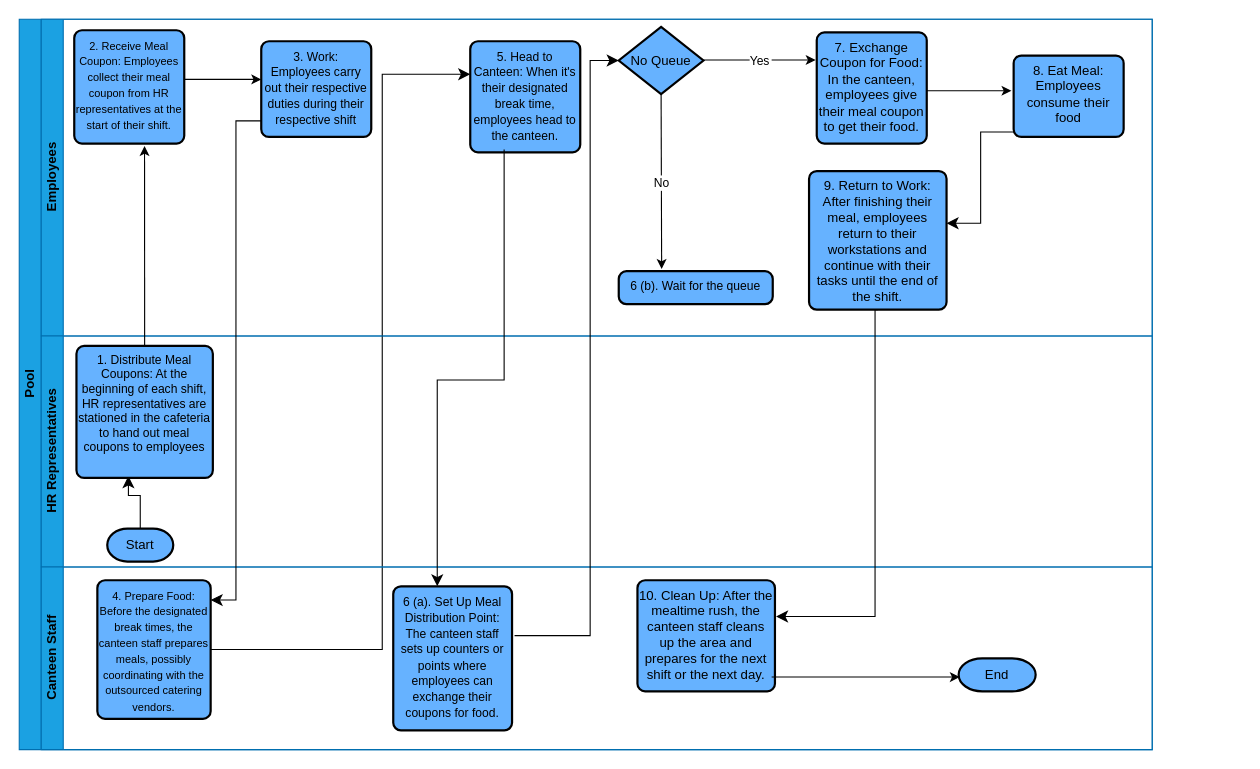
Before: page "pre_event" (2 of 5) of Untitled Diagram.drawio in dboesono/Personal-Website, a draw.io diagram. Source tidied: cells renumbered, new cells numbered last; positions are measured from the earlier drawing's top-left corner, leaving out a move shared by most shapes. Both pictures are drawn from the tidied source at 110%, with x=0, y=0 at pixel (19, 19).
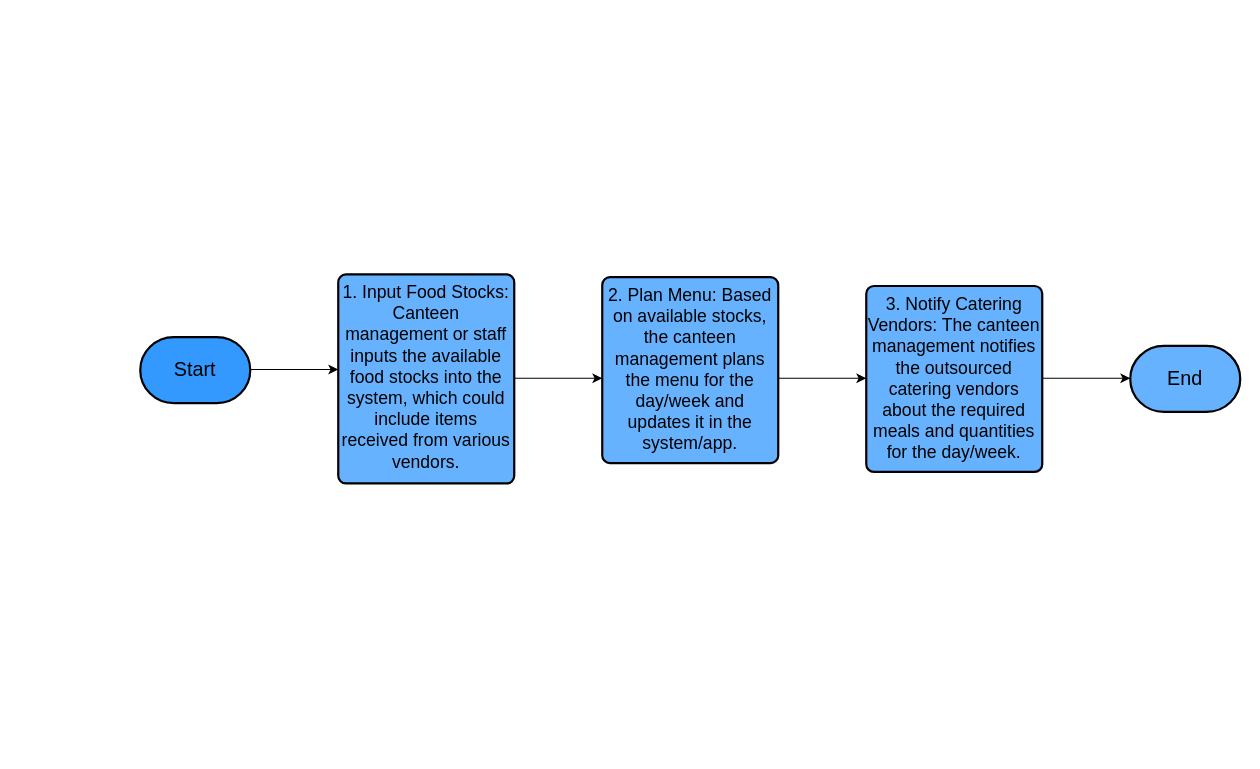
Above is the later version.

Diff of the diagram source:
```diff
@@
-    <mxCell id="2" value="&lt;font color=&quot;#000000&quot;&gt;Pool&lt;br&gt;&lt;/font&gt;" style="swimlane;html=1;horizontal=0;startSize=20;fillColor=#1ba1e2;fontColor=#ffffff;strokeColor=#006EAF;" parent="1" vertex="1">
-      <mxGeometry width="1030" height="664" as="geometry" />
-    </mxCell>
-    <mxCell id="3" value="&lt;font color=&quot;#000000&quot;&gt;&lt;span style=&quot;font-size: 12px;&quot;&gt;Employees&lt;br&gt;&lt;/span&gt;&lt;/font&gt;" style="swimlane;html=1;startSize=20;horizontal=0;fillColor=#1ba1e2;strokeColor=#006EAF;fontColor=#ffffff;fontSize=8;fillStyle=auto;" parent="2" vertex="1">
-      <mxGeometry x="20" width="1010" height="288" as="geometry" />
-    </mxCell>
-    <mxCell id="4" value="&lt;font style=&quot;font-size: 10px;&quot;&gt;2.&amp;nbsp;Receive Meal Coupon: Employees collect their meal coupon from HR representatives at the start of their shift.&lt;/font&gt;" style="rounded=1;whiteSpace=wrap;html=1;absoluteArcSize=1;arcSize=14;strokeWidth=2;align=center;verticalAlign=top;fillColor=#66B2FF;" parent="3" vertex="1">
-      <mxGeometry x="30" y="10" width="100" height="103" as="geometry" />
-    </mxCell>
-    <mxCell id="5" style="endArrow=classic;html=1;rounded=0;strokeColor=#000000;" parent="3" edge="1">
-      <mxGeometry relative="1" as="geometry">
-        <mxPoint x="130" y="54.7" as="sourcePoint" />
-        <mxPoint x="200" y="54.7" as="targetPoint" />
-      </mxGeometry>
-    </mxCell>
-    <mxCell id="6" value="&lt;font style=&quot;font-size: 11px;&quot;&gt;3. Work: Employees carry out their respective duties during their respective shift&lt;/font&gt;" style="rounded=1;whiteSpace=wrap;html=1;absoluteArcSize=1;arcSize=14;strokeWidth=2;align=center;verticalAlign=top;fillColor=#66B2FF;" parent="3" vertex="1">
-      <mxGeometry x="200" y="20" width="100" height="87" as="geometry" />
-    </mxCell>
-    <mxCell id="7" style="edgeStyle=elbowEdgeStyle;elbow=horizontal;endArrow=classic;html=1;curved=0;rounded=0;endSize=8;startSize=8;strokeColor=#000000;" parent="3" edge="1" source="26">
-      <mxGeometry relative="1" as="geometry">
-        <mxPoint x="390" y="50" as="targetPoint" />
-        <Array as="points">
-          <mxPoint x="310" y="230" />
-        </Array>
-      </mxGeometry>
-    </mxCell>
-    <mxCell id="8" value="&lt;font style=&quot;font-size: 11px;&quot;&gt;5.&amp;nbsp;Head to Canteen: When it's their designated break time, employees head to the canteen.&lt;/font&gt;" style="rounded=1;whiteSpace=wrap;html=1;absoluteArcSize=1;arcSize=14;strokeWidth=2;align=center;verticalAlign=top;fillColor=#66B2FF;" parent="3" vertex="1">
-      <mxGeometry x="390" y="20" width="100" height="101" as="geometry" />
-    </mxCell>
-    <mxCell id="9" value="No Queue" style="strokeWidth=2;html=1;shape=mxgraph.flowchart.decision;whiteSpace=wrap;fillColor=#66B2FF;" parent="3" vertex="1">
-      <mxGeometry x="525" y="7" width="77" height="61" as="geometry" />
-    </mxCell>
-    <mxCell id="10" value="&lt;font style=&quot;font-size: 11px;&quot;&gt;6 (b). Wait for the queue&lt;/font&gt;" style="rounded=1;whiteSpace=wrap;html=1;absoluteArcSize=1;arcSize=14;strokeWidth=2;align=center;verticalAlign=top;fillColor=#66B2FF;" parent="3" vertex="1">
-      <mxGeometry x="525" y="229" width="140" height="30" as="geometry" />
-    </mxCell>
-    <mxCell id="11" style="endArrow=classic;html=1;rounded=0;strokeColor=#000000;exitX=0.5;exitY=1;exitDx=0;exitDy=0;exitPerimeter=0;" parent="3" edge="1">
-      <mxGeometry relative="1" as="geometry">
-        <mxPoint x="602" y="37.1" as="sourcePoint" />
-        <mxPoint x="704" y="37" as="targetPoint" />
-      </mxGeometry>
-    </mxCell>
-    <mxCell id="12" value="Yes" style="edgeLabel;align=center;verticalAlign=middle;labelBorderColor=none;labelBackgroundColor=#FFFFFF;fontColor=#000000;" parent="11" vertex="1">
-      <mxGeometry relative="1" as="geometry" />
-    </mxCell>
-    <mxCell id="13" value="7.&amp;nbsp;Exchange Coupon for Food: In the canteen, employees give their meal coupon to get their food." style="rounded=1;whiteSpace=wrap;html=1;absoluteArcSize=1;arcSize=14;strokeWidth=2;align=center;verticalAlign=top;fillColor=#66B2FF;" parent="3" vertex="1">
-      <mxGeometry x="705" y="12" width="100" height="101" as="geometry" />
-    </mxCell>
-    <mxCell id="14" style="endArrow=classic;html=1;rounded=0;strokeColor=#000000;" parent="3" edge="1">
-      <mxGeometry relative="1" as="geometry">
-        <mxPoint x="805" y="65" as="sourcePoint" />
-        <mxPoint x="882" y="65" as="targetPoint" />
-      </mxGeometry>
-    </mxCell>
-    <mxCell id="15" value="8. Eat Meal:&lt;br&gt;Employees consume their food" style="rounded=1;whiteSpace=wrap;html=1;absoluteArcSize=1;arcSize=14;strokeWidth=2;align=center;verticalAlign=top;fillColor=#66B2FF;" parent="3" vertex="1">
-      <mxGeometry x="884" y="33" width="100" height="74" as="geometry" />
-    </mxCell>
-    <mxCell id="16" style="edgeStyle=elbowEdgeStyle;elbow=horizontal;endArrow=classic;html=1;curved=0;rounded=0;endSize=8;startSize=8;strokeColor=#000000;" parent="3" edge="1">
-      <mxGeometry relative="1" as="geometry">
-        <mxPoint x="884" y="102.5" as="sourcePoint" />
-        <mxPoint x="823" y="185.5" as="targetPoint" />
-      </mxGeometry>
-    </mxCell>
-    <mxCell id="17" value="9.&amp;nbsp;Return to Work: After finishing their meal, employees return to their workstations and continue with their tasks until the end of the shift." style="rounded=1;whiteSpace=wrap;html=1;absoluteArcSize=1;arcSize=14;strokeWidth=2;align=center;verticalAlign=top;fillColor=#66B2FF;" parent="3" vertex="1">
-      <mxGeometry x="698" y="138" width="125" height="126" as="geometry" />
-    </mxCell>
-    <mxCell id="18" value="&lt;font color=&quot;#000000&quot;&gt;HR Representatives&lt;/font&gt;" style="swimlane;html=1;startSize=20;horizontal=0;fontSize=12;fillColor=#1ba1e2;fontColor=#ffffff;strokeColor=#006EAF;" parent="2" vertex="1">
-      <mxGeometry x="20" y="288" width="1010" height="210" as="geometry" />
-    </mxCell>
-    <mxCell id="19" value="Start" style="strokeWidth=2;html=1;shape=mxgraph.flowchart.terminator;whiteSpace=wrap;fillStyle=solid;fillColor=#66B2FF;" parent="18" vertex="1">
-      <mxGeometry x="60" y="175" width="60" height="30" as="geometry" />
+    <mxCell id="19" value="&lt;font style=&quot;font-size: 18px;&quot;&gt;Start&lt;/font&gt;" style="strokeWidth=2;html=1;shape=mxgraph.flowchart.terminator;whiteSpace=wrap;fillColor=#3399FF;" parent="1" vertex="1">
+      <mxGeometry x="110" y="289" width="100" height="60" as="geometry" />
     </mxCell>
-    <mxCell id="20" style="edgeStyle=elbowEdgeStyle;elbow=vertical;endArrow=classic;html=1;curved=0;rounded=0;endSize=8;startSize=8;strokeColor=#000000;entryX=0.381;entryY=0.986;entryDx=0;entryDy=0;entryPerimeter=0;exitX=0.5;exitY=0;exitDx=0;exitDy=0;exitPerimeter=0;" parent="18" edge="1" source="19" target="21">
-      <mxGeometry relative="1" as="geometry">
-        <Array as="points">
-          <mxPoint x="70" y="145" />
-        </Array>
-      </mxGeometry>
-    </mxCell>
-    <mxCell id="21" value="&lt;font style=&quot;font-size: 11px;&quot;&gt;1. Distribute Meal Coupons: At the beginning of each shift, HR representatives are stationed in the cafeteria to hand out meal coupons to employees&lt;/font&gt;" style="rounded=1;whiteSpace=wrap;html=1;absoluteArcSize=1;arcSize=14;strokeWidth=2;align=center;horizontal=1;verticalAlign=top;fontSize=8;fillColor=#66B2FF;" parent="18" vertex="1">
-      <mxGeometry x="32" y="9" width="124" height="120" as="geometry" />
-    </mxCell>
-    <mxCell id="22" style="endArrow=classic;html=1;rounded=0;strokeColor=#000000;exitX=0.5;exitY=1;exitDx=0;exitDy=0;exitPerimeter=0;" parent="18" edge="1" source="9">
-      <mxGeometry relative="1" as="geometry">
-        <mxPoint x="564" y="-61" as="targetPoint" />
-      </mxGeometry>
-    </mxCell>
-    <mxCell id="23" value="No" style="edgeLabel;align=center;verticalAlign=middle;labelBorderColor=none;labelBackgroundColor=#FFFFFF;fontColor=#000000;" parent="22" vertex="1">
-      <mxGeometry relative="1" as="geometry" />
-    </mxCell>
-    <mxCell id="24" value="&lt;font color=&quot;#000000&quot;&gt;Canteen Staff&lt;/font&gt;" style="swimlane;html=1;startSize=20;horizontal=0;fillColor=#1ba1e2;fontColor=#ffffff;strokeColor=#006EAF;" parent="2" vertex="1">
-      <mxGeometry x="20" y="498" width="1010" height="166" as="geometry" />
-    </mxCell>
+    <mxCell id="35" value="&lt;font style=&quot;font-size: 16px;&quot;&gt;1.&amp;nbsp;Input Food Stocks: Canteen management or staff inputs the available food stocks into the system, which could include items received from various vendors.&lt;/font&gt;" style="rounded=1;whiteSpace=wrap;html=1;absoluteArcSize=1;arcSize=14;strokeWidth=2;align=center;verticalAlign=top;fillColor=#66B2FF;" parent="1" vertex="1">
+      <mxGeometry x="290" y="232" width="160" height="190" as="geometry" />
+    </mxCell>
+    <mxCell id="36" style="endArrow=classic;html=1;rounded=0;" parent="1" edge="1">
+      <mxGeometry relative="1" as="geometry">
+        <mxPoint x="210" y="318.4" as="sourcePoint" />
+        <mxPoint x="290" y="318.4" as="targetPoint" />
+      </mxGeometry>
+    </mxCell>
+    <mxCell id="37" style="endArrow=classic;html=1;rounded=0;" parent="1" edge="1">
+      <mxGeometry relative="1" as="geometry">
+        <mxPoint x="450" y="326.4" as="sourcePoint" />
+        <mxPoint x="530" y="326.4" as="targetPoint" />
+      </mxGeometry>
+    </mxCell>
+    <mxCell id="38" value="&lt;font style=&quot;font-size: 16px;&quot;&gt;2.&amp;nbsp;Plan Menu: Based on available stocks, the canteen management plans the menu for the day/week and updates it in the system/app.&lt;/font&gt;" style="rounded=1;whiteSpace=wrap;html=1;absoluteArcSize=1;arcSize=14;strokeWidth=2;align=center;verticalAlign=top;fillColor=#66B2FF;" parent="1" vertex="1">
+      <mxGeometry x="530" y="234.5" width="160" height="169" as="geometry" />
+    </mxCell>
+    <mxCell id="39" value="&lt;font style=&quot;font-size: 16px;&quot;&gt;3.&amp;nbsp;Notify Catering Vendors: The canteen management notifies the outsourced catering vendors about the required meals and quantities for the day/week.&lt;/font&gt;" style="rounded=1;whiteSpace=wrap;html=1;absoluteArcSize=1;arcSize=14;strokeWidth=2;align=center;verticalAlign=top;fillColor=#66B2FF;" parent="1" vertex="1">
+      <mxGeometry x="770" y="242.5" width="160" height="169" as="geometry" />
+    </mxCell>
+    <mxCell id="40" style="endArrow=classic;html=1;rounded=0;" parent="1" edge="1">
+      <mxGeometry relative="1" as="geometry">
+        <mxPoint x="690" y="326.4" as="sourcePoint" />
+        <mxPoint x="770" y="326.4" as="targetPoint" />
+      </mxGeometry>
+    </mxCell>
-    <mxCell id="25" value="End" style="strokeWidth=2;html=1;shape=mxgraph.flowchart.terminator;whiteSpace=wrap;fillColor=#66B2FF;" parent="24" vertex="1">
-      <mxGeometry x="834" y="83" width="70" height="30" as="geometry" />
+    <mxCell id="25" value="&lt;font style=&quot;font-size: 18px;&quot;&gt;End&lt;/font&gt;" style="strokeWidth=2;html=1;shape=mxgraph.flowchart.terminator;whiteSpace=wrap;fillColor=#66B2FF;" parent="1" vertex="1">
+      <mxGeometry x="1010" y="297" width="100" height="60" as="geometry" />
     </mxCell>
-    <mxCell id="26" value="&lt;font style=&quot;font-size: 10px;&quot;&gt;4. Prepare Food: Before the designated break times, the canteen staff prepares meals, possibly coordinating with the outsourced catering vendors.&lt;/font&gt;" style="rounded=1;whiteSpace=wrap;html=1;absoluteArcSize=1;arcSize=14;strokeWidth=2;align=center;verticalAlign=top;fillColor=#66B2FF;" parent="24" vertex="1">
-      <mxGeometry x="51" y="12" width="103" height="126" as="geometry" />
-    </mxCell>
-    <mxCell id="27" value="&lt;font style=&quot;font-size: 11px;&quot;&gt;6 (a). Set Up Meal Distribution Point: The canteen staff sets up counters or points where employees can exchange their coupons for food.&lt;/font&gt;" style="rounded=1;whiteSpace=wrap;html=1;absoluteArcSize=1;arcSize=14;strokeWidth=2;align=center;verticalAlign=top;fillColor=#66B2FF;" parent="24" vertex="1">
-      <mxGeometry x="320" y="17.5" width="108" height="131" as="geometry" />
-    </mxCell>
-    <mxCell id="28" style="edgeStyle=elbowEdgeStyle;elbow=horizontal;endArrow=classic;html=1;curved=0;rounded=0;endSize=8;startSize=8;strokeColor=#000000;exitX=0.5;exitY=1;exitDx=0;exitDy=0;" parent="24" edge="1" source="17">
-      <mxGeometry relative="1" as="geometry">
-        <mxPoint x="668" y="45" as="targetPoint" />
-        <Array as="points">
-          <mxPoint x="758" y="14" />
-        </Array>
-      </mxGeometry>
-    </mxCell>
-    <mxCell id="29" value="10.&amp;nbsp;Clean Up: After the mealtime rush, the canteen staff cleans up the area and prepares for the next shift or the next day." style="rounded=1;whiteSpace=wrap;html=1;absoluteArcSize=1;arcSize=14;strokeWidth=2;align=center;verticalAlign=top;fillColor=#66B2FF;" parent="24" vertex="1">
-      <mxGeometry x="542" y="12" width="125" height="101" as="geometry" />
-    </mxCell>
-    <mxCell id="30" style="endArrow=classic;html=1;rounded=0;strokeColor=#000000;" parent="24" edge="1">
-      <mxGeometry relative="1" as="geometry">
-        <mxPoint x="664" y="100" as="sourcePoint" />
-        <mxPoint x="835" y="100" as="targetPoint" />
-      </mxGeometry>
-    </mxCell>
-    <mxCell id="31" style="edgeStyle=elbowEdgeStyle;elbow=horizontal;endArrow=classic;html=1;curved=0;rounded=0;endSize=8;startSize=8;exitX=1.021;exitY=0.342;exitDx=0;exitDy=0;exitPerimeter=0;strokeColor=#000000;entryX=0;entryY=0.5;entryDx=0;entryDy=0;entryPerimeter=0;" parent="2" edge="1" source="27" target="9">
-      <mxGeometry relative="1" as="geometry">
-        <Array as="points">
-          <mxPoint x="519" y="115" />
-        </Array>
-      </mxGeometry>
-    </mxCell>
-    <mxCell id="32" style="endArrow=classic;html=1;rounded=0;strokeColor=#000000;exitX=0.5;exitY=0;exitDx=0;exitDy=0;entryX=0.639;entryY=1.022;entryDx=0;entryDy=0;entryPerimeter=0;" parent="2" edge="1" source="21" target="4">
-      <mxGeometry relative="1" as="geometry" />
-    </mxCell>
-    <mxCell id="33" style="edgeStyle=elbowEdgeStyle;elbow=horizontal;endArrow=classic;html=1;curved=0;rounded=0;endSize=8;startSize=8;strokeColor=#000000;exitX=0.002;exitY=0.832;exitDx=0;exitDy=0;exitPerimeter=0;entryX=1;entryY=0.143;entryDx=0;entryDy=0;entryPerimeter=0;" parent="2" edge="1" source="6" target="26">
-      <mxGeometry relative="1" as="geometry" />
-    </mxCell>
-    <mxCell id="34" style="edgeStyle=segmentEdgeStyle;endArrow=classic;html=1;curved=0;rounded=0;endSize=8;startSize=8;strokeColor=#000000;exitX=0.308;exitY=0.974;exitDx=0;exitDy=0;exitPerimeter=0;" parent="2" edge="1" source="8" target="27">
-      <mxGeometry relative="1" as="geometry">
-        <Array as="points">
-          <mxPoint x="441" y="328" />
-          <mxPoint x="380" y="328" />
-        </Array>
-      </mxGeometry>
-    </mxCell>
+    <mxCell id="41" style="endArrow=classic;html=1;rounded=0;" parent="1" edge="1">
+      <mxGeometry relative="1" as="geometry">
+        <mxPoint x="930" y="326.4" as="sourcePoint" />
+        <mxPoint x="1010" y="326.4" as="targetPoint" />
+      </mxGeometry>
+    </mxCell>
```
